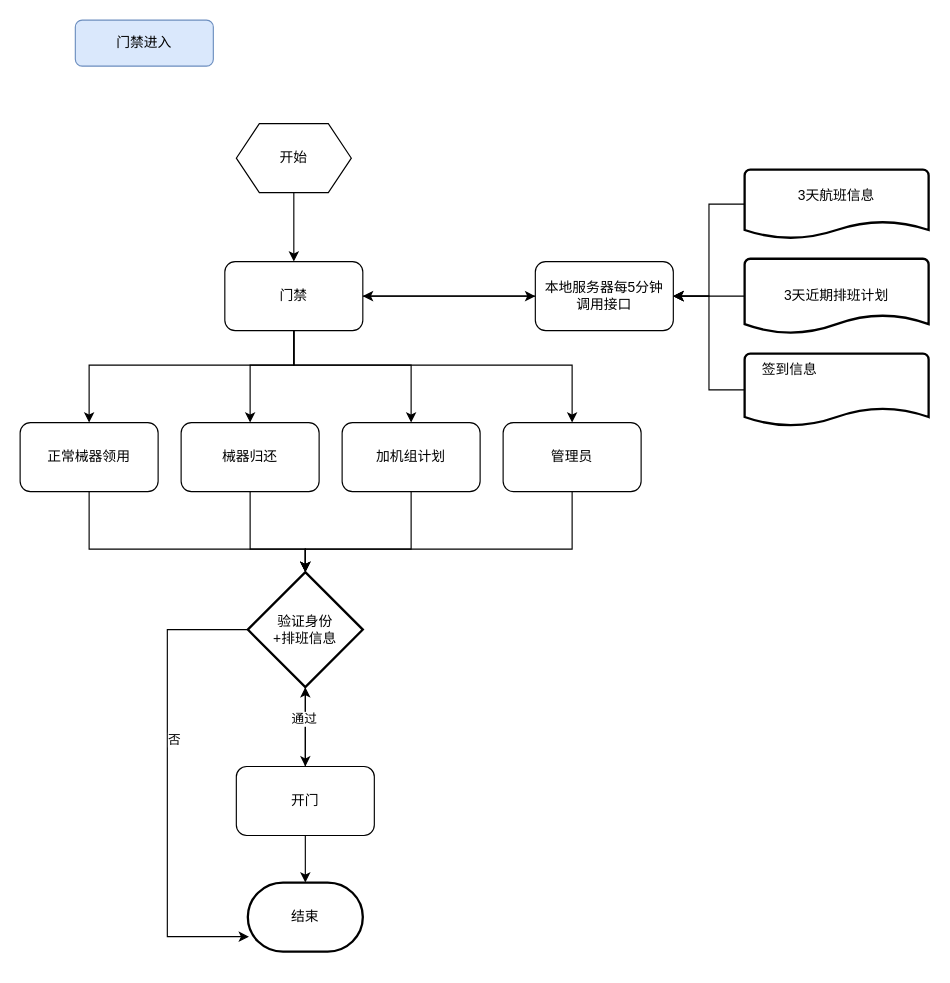
HXLMOM/cctest keeps this draw.io diagram as xbhangkong2.drawio. Above is the earlier version. Source tidied: cells renumbered, new cells numbered last; positions are measured from the earlier drawing's top-left corner, leaving out a move shared by most shapes. Both pictures are drawn from the tidied source at 115%, with x=0, y=0 at pixel (20, 20).
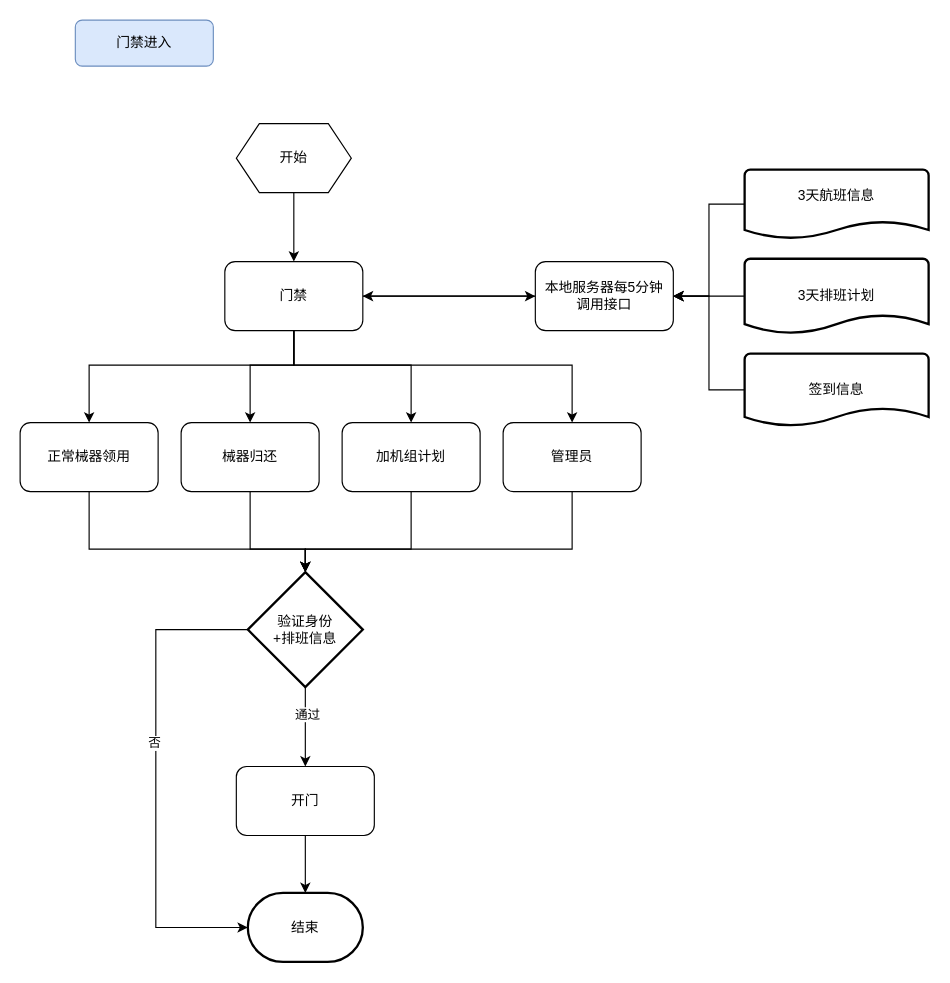
The same page after the edit.

The change refers to these unchanged cells:
```xml
<mxCell id="19" style="edgeStyle=orthogonalEdgeStyle;rounded=0;jettySize=auto;html=1;" parent="1" edge="1" source="20" target="27">
  <mxGeometry relative="1" as="geometry" />
</mxCell>
<mxCell id="20" value="验证身份&lt;br&gt;+排班信息" style="strokeWidth=2;html=1;shape=mxgraph.flowchart.decision;whiteSpace=wrap;" parent="1" vertex="1">
  <mxGeometry x="198" y="480" width="100" height="100" as="geometry" />
</mxCell>
<mxCell id="27" value="开门" style="rounded=1;whiteSpace=wrap;html=1;" parent="1" vertex="1">
  <mxGeometry x="188" y="649" width="120" height="60" as="geometry" />
</mxCell>
```

Diff of the diagram source:
```diff
@@
-    <mxCell id="16" value="3天近期排班计划&lt;br&gt;" style="strokeWidth=2;html=1;shape=mxgraph.flowchart.document2;whiteSpace=wrap;size=0.25;verticalAlign=middle;align=center;" parent="1" vertex="1">
+    <mxCell id="16" value="3天排班计划" style="strokeWidth=2;html=1;shape=mxgraph.flowchart.document2;whiteSpace=wrap;size=0.25;verticalAlign=middle;align=center;" parent="1" vertex="1">
       <mxGeometry x="630" y="207.5" width="160" height="65" as="geometry" />
     </mxCell>
@@
-    <mxCell id="18" value="&lt;span style=&quot;&quot;&gt;&lt;span style=&quot;&quot;&gt;&amp;nbsp;&amp;nbsp;&amp;nbsp;&amp;nbsp;&lt;/span&gt;&lt;/span&gt;签到信息" style="strokeWidth=2;html=1;shape=mxgraph.flowchart.document2;whiteSpace=wrap;size=0.25;verticalAlign=top;align=left;" parent="1" vertex="1">
+    <mxCell id="18" value="签到信息" style="strokeWidth=2;html=1;shape=mxgraph.flowchart.document2;whiteSpace=wrap;size=0.25;verticalAlign=middle;align=center;" parent="1" vertex="1">
       <mxGeometry x="630" y="290" width="160" height="63" as="geometry" />
     </mxCell>
@@
+    <mxCell id="26" value="通过" style="edgeLabel;html=1;align=center;verticalAlign=middle;" parent="19" vertex="1">
+      <mxGeometry x="-0.33" y="1" relative="1" as="geometry" />
+    </mxCell>
@@
-    <mxCell id="25" style="edgeStyle=orthogonalEdgeStyle;rounded=0;jettySize=auto;html=1;" parent="1" edge="1" source="27" target="20">
-      <mxGeometry relative="1" as="geometry" />
-    </mxCell>
-    <mxCell id="26" value="通过" style="edgeLabel;html=1;align=center;verticalAlign=middle;" parent="25" vertex="1">
-      <mxGeometry x="0.22" y="2" relative="1" as="geometry" />
-    </mxCell>
@@
     <mxCell id="33" value="结束" style="strokeWidth=2;html=1;shape=mxgraph.flowchart.terminator;whiteSpace=wrap;" parent="1" vertex="1">
-      <mxGeometry x="198" y="750" width="100" height="60" as="geometry" />
+      <mxGeometry x="198" y="759" width="100" height="60" as="geometry" />
     </mxCell>
-    <mxCell id="34" style="edgeStyle=orthogonalEdgeStyle;rounded=0;jettySize=auto;html=1;entryX=0.01;entryY=0.783;entryDx=0;entryDy=0;entryPerimeter=0;" parent="1" edge="1" source="20" target="33">
+    <mxCell id="34" style="edgeStyle=orthogonalEdgeStyle;rounded=0;jettySize=auto;html=1;entryX=0;entryY=0.5;entryDx=0;entryDy=0;entryPerimeter=0;" parent="1" edge="1" source="20" target="33">
       <mxGeometry relative="1" as="geometry">
         <Array as="points">
-          <mxPoint x="128" y="530" />
-          <mxPoint x="128" y="797" />
+          <mxPoint x="118" y="530" />
+          <mxPoint x="118" y="789" />
         </Array>
       </mxGeometry>
     </mxCell>
     <mxCell id="35" value="否" style="edgeLabel;html=1;align=center;verticalAlign=middle;" parent="34" vertex="1">
-      <mxGeometry x="-0.19" y="5" relative="1" as="geometry" />
+      <mxGeometry x="-0.15" y="-2" relative="1" as="geometry" />
     </mxCell>
```
